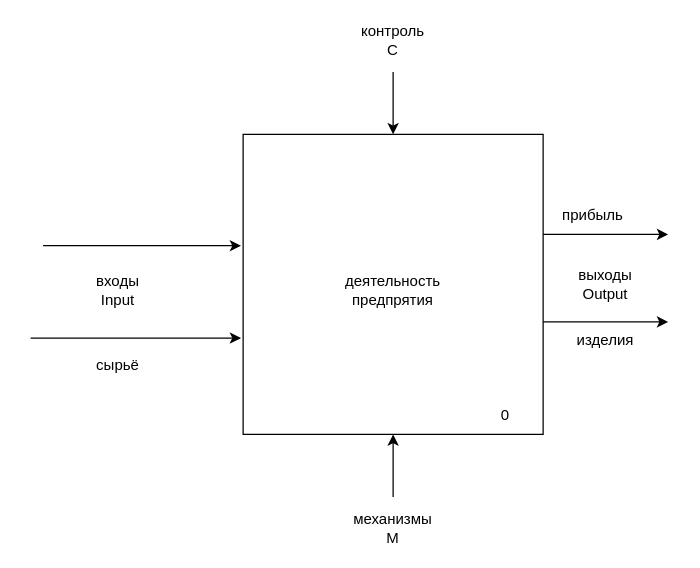
Above: page "Страница — 3" (3 of 5) of etol.drawio in emauter/GB_mysql (draw.io), before the change. Source tidied: cells renumbered, new cells numbered last; positions are measured from the earlier drawing's top-left corner, leaving out a move shared by most shapes. Both pictures are drawn from the tidied source at 125%, with x=0, y=0 at pixel (30, 21).
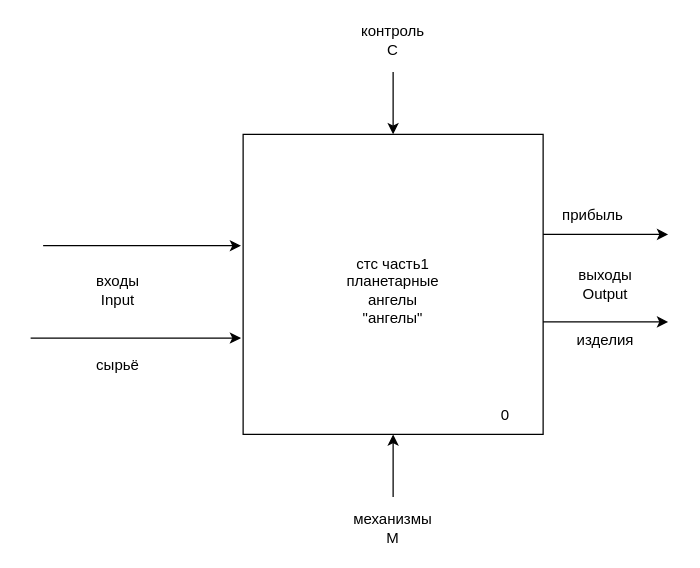
After the change.

The edit, as a diff of the source:
```diff
@@
-    <mxCell id="13" value="деятельность предпрятия" style="text;html=1;align=center;verticalAlign=middle;whiteSpace=wrap;rounded=0;" parent="1" vertex="1">
+    <mxCell id="13" value="стс часть1 планетарные ангелы &quot;ангелы&quot;" style="text;html=1;align=center;verticalAlign=middle;whiteSpace=wrap;rounded=0;" parent="1" vertex="1">
       <mxGeometry x="260" y="200" width="60" height="30" as="geometry" />
     </mxCell>
```
